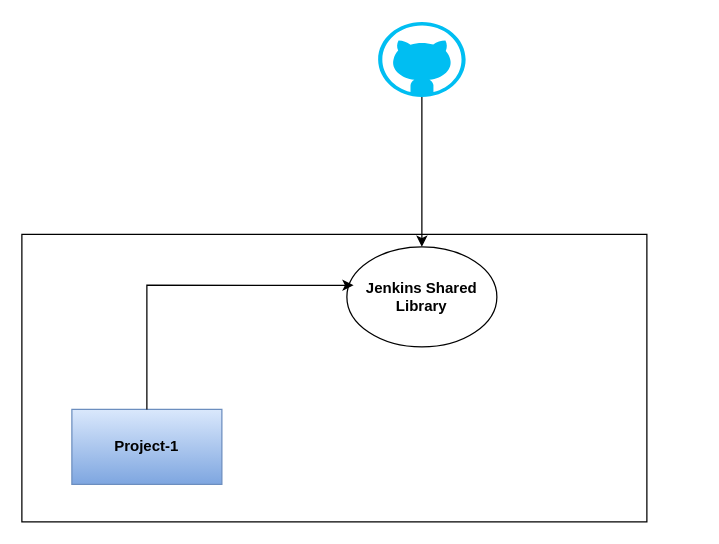
Before: jenkins-shared-libraries.drawio in daws-84s/diagrams, a draw.io diagram. Source tidied: cells renumbered, new cells numbered last; positions are measured from the earlier drawing's top-left corner, leaving out a move shared by most shapes. Both pictures are drawn from the tidied source at 125%, with x=0, y=0 at pixel (21, 21).
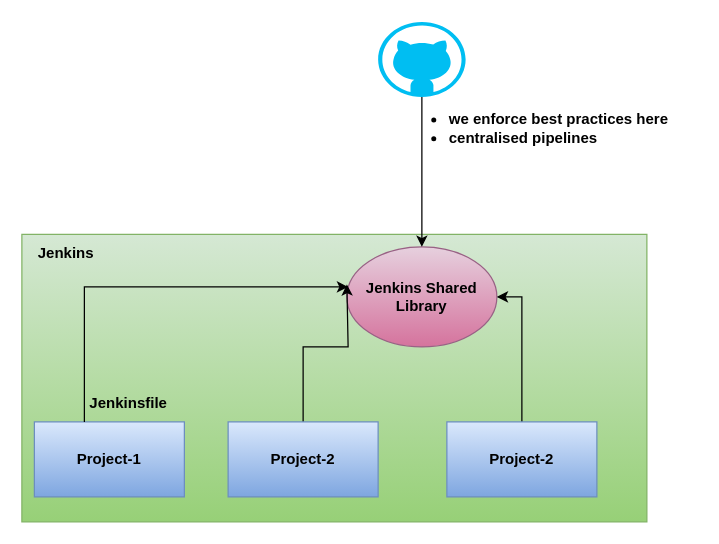
After the change.

The edit, as a diff of the source:
```diff
@@
 <mxGraphModel>
   <root>
     <mxCell id="0" />
     <mxCell id="1" parent="0" />
-    <mxCell id="2" style="rounded=0;whiteSpace=wrap;html=1;" parent="1" vertex="1">
+    <mxCell id="2" style="rounded=0;whiteSpace=wrap;html=1;fillColor=#d5e8d4;gradientColor=#97d077;strokeColor=#82b366;" parent="1" vertex="1">
       <mxGeometry y="170" width="500" height="230" as="geometry" />
     </mxCell>
     <mxCell id="3" value="&lt;b&gt;Project-1&lt;/b&gt;" style="rounded=0;whiteSpace=wrap;html=1;fillColor=#dae8fc;gradientColor=#7ea6e0;strokeColor=#6c8ebf;" parent="1" vertex="1">
-      <mxGeometry x="40" y="310" width="120" height="60" as="geometry" />
+      <mxGeometry x="10" y="320" width="120" height="60" as="geometry" />
     </mxCell>
-    <mxCell id="4" value="&lt;b&gt;Jenkins Shared Library&lt;/b&gt;" style="ellipse;whiteSpace=wrap;html=1;" parent="1" vertex="1">
+    <mxCell id="4" value="&lt;b&gt;Jenkins Shared Library&lt;/b&gt;" style="ellipse;whiteSpace=wrap;html=1;fillColor=#e6d0de;gradientColor=#d5739d;strokeColor=#996185;" parent="1" vertex="1">
       <mxGeometry x="260" y="180" width="120" height="80" as="geometry" />
     </mxCell>
-    <mxCell id="5" style="edgeStyle=orthogonalEdgeStyle;rounded=0;jettySize=auto;html=1;entryX=0.045;entryY=0.384;entryDx=0;entryDy=0;entryPerimeter=0;" parent="1" edge="1" source="3" target="4">
-      <mxGeometry relative="1" as="geometry">
-        <Array as="points">
-          <mxPoint x="100" y="211" />
-        </Array>
-      </mxGeometry>
-    </mxCell>
     <mxCell id="6" style="edgeStyle=orthogonalEdgeStyle;rounded=0;jettySize=auto;html=1;entryX=0.5;entryY=0;entryDx=0;entryDy=0;" parent="1" edge="1" source="7" target="4">
       <mxGeometry relative="1" as="geometry" />
     </mxCell>
     <mxCell id="7" style="verticalLabelPosition=bottom;html=1;verticalAlign=top;align=center;strokeColor=none;fillColor=#00BEF2;shape=mxgraph.azure.github_code;" parent="1" vertex="1">
       <mxGeometry x="285" width="70" height="60" as="geometry" />
     </mxCell>
+    <mxCell id="8" value="&lt;b&gt;Jenkins&lt;/b&gt;" style="text;html=1;align=center;verticalAlign=middle;strokeColor=none;fillColor=none;" parent="1" vertex="1">
+      <mxGeometry y="170" width="70" height="30" as="geometry" />
+    </mxCell>
+    <mxCell id="5" style="edgeStyle=orthogonalEdgeStyle;rounded=0;jettySize=auto;html=1;entryX=0.008;entryY=0.4;entryDx=0;entryDy=0;entryPerimeter=0;" parent="1" edge="1" source="3" target="4">
+      <mxGeometry relative="1" as="geometry">
+        <Array as="points">
+          <mxPoint x="50" y="212" />
+        </Array>
+      </mxGeometry>
+    </mxCell>
+    <mxCell id="9" style="edgeStyle=orthogonalEdgeStyle;rounded=0;jettySize=auto;html=1;" parent="1" edge="1" source="10">
+      <mxGeometry relative="1" as="geometry">
+        <mxPoint x="260" y="210" as="targetPoint" />
+        <Array as="points">
+          <mxPoint x="225" y="260" />
+          <mxPoint x="261" y="260" />
+        </Array>
+      </mxGeometry>
+    </mxCell>
+    <mxCell id="10" value="&lt;b&gt;Project-2&lt;/b&gt;" style="rounded=0;whiteSpace=wrap;html=1;fillColor=#dae8fc;gradientColor=#7ea6e0;strokeColor=#6c8ebf;" parent="1" vertex="1">
+      <mxGeometry x="165" y="320" width="120" height="60" as="geometry" />
+    </mxCell>
+    <mxCell id="11" style="edgeStyle=orthogonalEdgeStyle;rounded=0;jettySize=auto;html=1;entryX=1;entryY=0.5;entryDx=0;entryDy=0;" parent="1" edge="1" source="12" target="4">
+      <mxGeometry relative="1" as="geometry" />
+    </mxCell>
+    <mxCell id="12" value="&lt;b&gt;Project-2&lt;/b&gt;" style="rounded=0;whiteSpace=wrap;html=1;fillColor=#dae8fc;gradientColor=#7ea6e0;strokeColor=#6c8ebf;" parent="1" vertex="1">
+      <mxGeometry x="340" y="320" width="120" height="60" as="geometry" />
+    </mxCell>
+    <mxCell id="13" value="&lt;ul&gt;&lt;li&gt;&lt;b&gt;we enforce best practices here&lt;/b&gt;&lt;/li&gt;&lt;li&gt;&lt;b&gt;centralised pipelines&lt;/b&gt;&lt;/li&gt;&lt;/ul&gt;" style="text;html=1;align=left;verticalAlign=middle;strokeColor=none;fillColor=none;" parent="1" vertex="1">
+      <mxGeometry x="300" y="50" width="240" height="70" as="geometry" />
+    </mxCell>
+    <mxCell id="14" value="&lt;b&gt;Jenkinsfile&lt;/b&gt;" style="text;html=1;align=center;verticalAlign=middle;strokeColor=none;fillColor=none;" parent="1" vertex="1">
+      <mxGeometry x="40" y="290" width="90" height="30" as="geometry" />
+    </mxCell>
   </root>
 </mxGraphModel>
```
